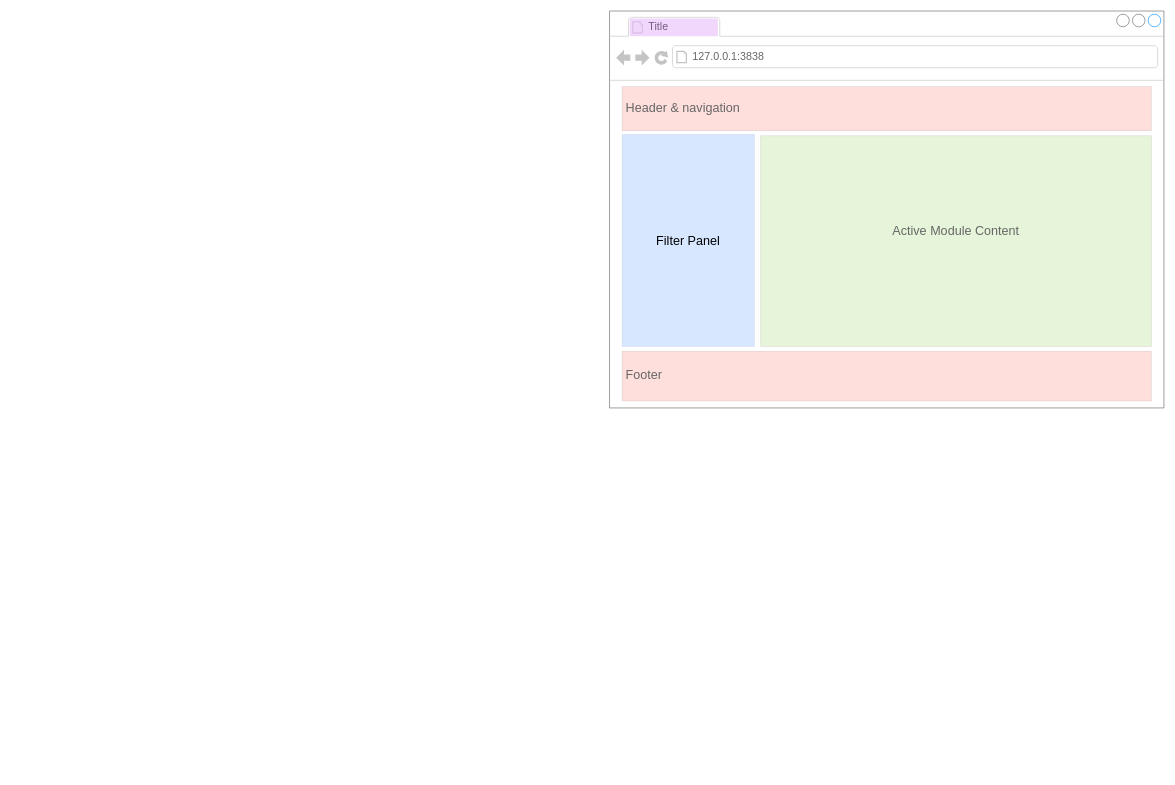
insightsengineering/teal keeps this draw.io diagram as inst/design/teal-app-components.drawio. Above is the earlier version. Source tidied: cells renumbered, new cells numbered last; positions are measured from the earlier drawing's top-left corner, leaving out a move shared by most shapes. Both pictures are drawn from the tidied source at 63%, with x=0, y=0 at pixel (609, 11).
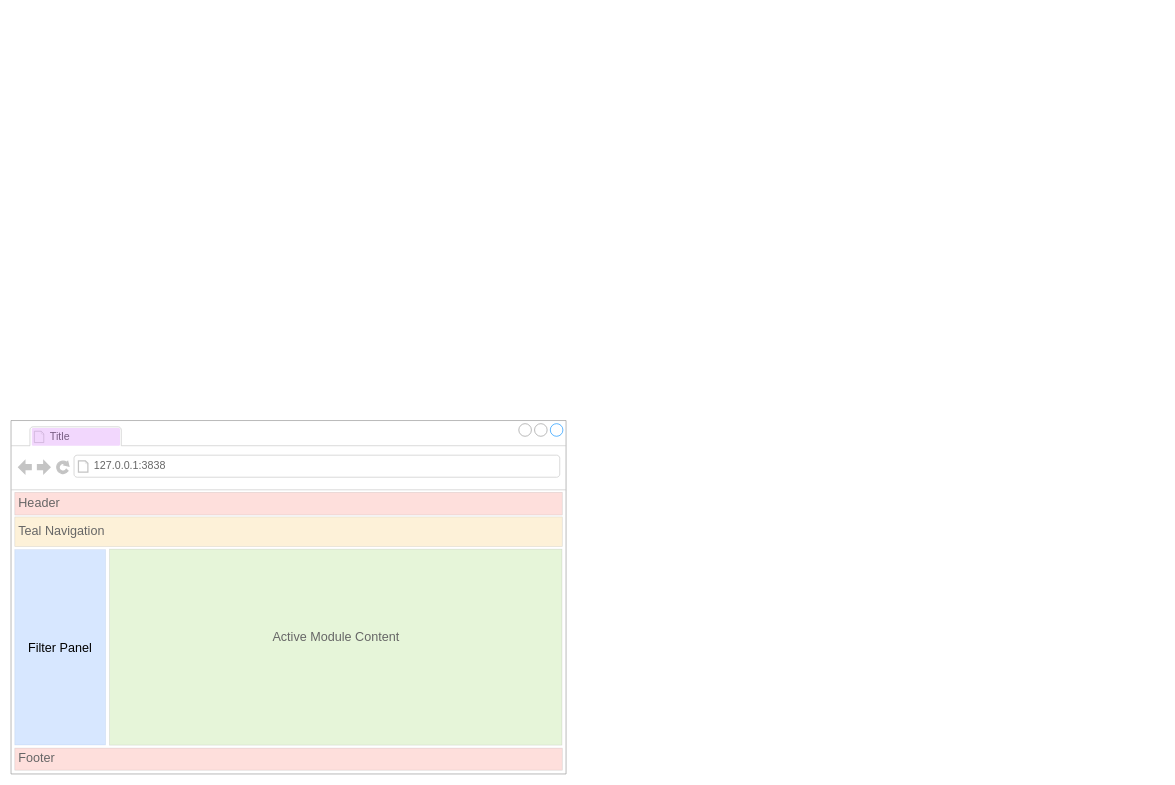
After the change.

Commit message (it also covers changes not shown here):
docs: update diagrams + `teal.reporter` related docs

The edit, as a diff of the source:
```diff
@@
 <mxGraphModel>
   <root>
     <mxCell id="0" />
     <mxCell id="1" parent="0" />
-    <mxCell id="2" style="strokeWidth=1;shadow=0;dashed=0;align=center;html=1;shape=mxgraph.mockup.containers.browserWindow;rSize=0;strokeColor=#666666;strokeColor2=#008cff;strokeColor3=#c4c4c4;mainText=,;" parent="1" vertex="1">
-      <mxGeometry width="880" height="630" as="geometry" />
-    </mxCell>
-    <mxCell id="3" value="Title" style="strokeWidth=1;shadow=0;dashed=0;align=center;html=1;shape=mxgraph.mockup.containers.anchor;fontSize=17;fontColor=#666666;align=left;whiteSpace=wrap;" parent="1" vertex="1">
-      <mxGeometry x="60" y="12" width="110" height="26" as="geometry" />
-    </mxCell>
+    <mxCell id="10" style="strokeWidth=1;shadow=0;dashed=0;align=center;html=1;shape=mxgraph.mockup.containers.browserWindow;rSize=0;strokeColor=#919191;strokeColor2=#008cff;strokeColor3=#c4c4c4;mainText=,;fontStyle=1;" parent="1" vertex="1">
+      <mxGeometry x="-950" y="650" width="881" height="561" as="geometry" />
+    </mxCell>
     <mxCell id="4" value="127.0.0.1:3838" style="strokeWidth=1;shadow=0;dashed=0;align=center;html=1;shape=mxgraph.mockup.containers.anchor;rSize=0;fontSize=17;fontColor=#666666;align=left;" parent="1" vertex="1">
-      <mxGeometry x="130" y="60" width="250" height="26" as="geometry" />
+      <mxGeometry x="-820" y="710" width="250" height="26" as="geometry" />
     </mxCell>
-    <mxCell id="5" value="&lt;font style=&quot;font-size: 20px;&quot;&gt;Header &amp;amp; navigation&lt;/font&gt;" style="strokeWidth=1;shadow=0;dashed=0;align=center;html=1;shape=mxgraph.mockup.text.textBox;fontColor=#666666;align=left;fontSize=17;spacingLeft=4;spacingTop=-3;whiteSpace=wrap;strokeColor=#666666;mainText=;fillColor=#FB6251;opacity=20;" parent="1" vertex="1">
-      <mxGeometry x="20" y="120" width="840" height="70" as="geometry" />
-    </mxCell>
+    <mxCell id="11" value="&lt;font style=&quot;font-size: 20px;&quot;&gt;Header&lt;/font&gt;" style="strokeWidth=1;shadow=0;dashed=0;align=center;html=1;shape=mxgraph.mockup.text.textBox;fontColor=#666666;align=left;fontSize=17;spacingLeft=4;spacingTop=-3;whiteSpace=wrap;strokeColor=#666666;mainText=;fillColor=#FB6251;opacity=20;" parent="1" vertex="1">
+      <mxGeometry x="-944" y="764" width="869" height="36" as="geometry" />
+    </mxCell>
+    <mxCell id="12" value="&lt;font style=&quot;font-size: 20px;&quot;&gt;Teal Navigation&lt;/font&gt;" style="strokeWidth=1;shadow=0;dashed=0;align=center;html=1;shape=mxgraph.mockup.text.textBox;fontColor=#666666;align=left;fontSize=17;spacingLeft=4;spacingTop=-3;whiteSpace=wrap;strokeColor=#666666;mainText=;fillColor=#F2B73F;opacity=20;" parent="1" vertex="1">
+      <mxGeometry x="-944" y="803" width="869" height="47" as="geometry" />
+    </mxCell>
+    <mxCell id="8" value="Filter Panel" style="rounded=0;whiteSpace=wrap;html=1;strokeColor=#6c8ebf;fontSize=20;fillColor=light-dark(#3a88fe, #1d293b);fillStyle=solid;opacity=20;" parent="1" vertex="1">
+      <mxGeometry x="-944" y="855" width="144" height="310" as="geometry" />
+    </mxCell>
     <mxCell id="6" value="&lt;font style=&quot;font-size: 20px;&quot;&gt;Footer&lt;/font&gt;" style="strokeWidth=1;shadow=0;dashed=0;align=center;html=1;shape=mxgraph.mockup.text.textBox;fontColor=#666666;align=left;fontSize=17;spacingLeft=4;spacingTop=-3;whiteSpace=wrap;strokeColor=#666666;mainText=;fillColor=#FB6251;opacity=20;" parent="1" vertex="1">
-      <mxGeometry x="20" y="540" width="840" height="79" as="geometry" />
+      <mxGeometry x="-944" y="1170" width="869" height="35" as="geometry" />
     </mxCell>
     <mxCell id="7" value="&lt;span style=&quot;color: rgb(102, 102, 102);&quot;&gt;&lt;font style=&quot;font-size: 20px;&quot;&gt;Active Module Content&lt;/font&gt;&lt;/span&gt;" style="strokeWidth=1;shadow=0;dashed=0;align=center;html=1;shape=mxgraph.mockup.containers.marginRect2;rectMarginTop=32;strokeColor=#666666;gradientColor=none;whiteSpace=wrap;fontSize=17;fillColor=#83CC41;opacity=20;" parent="1" vertex="1">
-      <mxGeometry x="240" y="166" width="620" height="366.5" as="geometry" />
+      <mxGeometry x="-793.5" y="822.2" width="718" height="343" as="geometry" />
     </mxCell>
-    <mxCell id="8" value="Filter Panel" style="rounded=0;whiteSpace=wrap;html=1;strokeColor=#6c8ebf;fontSize=20;fillColor=light-dark(#3a88fe, #1d293b);fillStyle=solid;opacity=20;" parent="1" vertex="1">
-      <mxGeometry x="20" y="196" width="210" height="336.5" as="geometry" />
-    </mxCell>
-    <mxCell id="9" style="rounded=1;whiteSpace=wrap;html=1;fillColor=#BF37F3;gradientColor=none;opacity=20;strokeColor=none;arcSize=7;" parent="1" vertex="1">
-      <mxGeometry x="32" y="12" width="140" height="28" as="geometry" />
-    </mxCell>
+    <mxCell id="3" value="Title" style="strokeWidth=1;shadow=0;dashed=0;align=center;html=1;shape=mxgraph.mockup.containers.anchor;fontSize=17;fontColor=#666666;align=left;whiteSpace=wrap;" parent="1" vertex="1">
+      <mxGeometry x="-890" y="663" width="110" height="26" as="geometry" />
+    </mxCell>
+    <mxCell id="13" style="rounded=1;whiteSpace=wrap;html=1;fillColor=#BF37F3;gradientColor=none;opacity=20;strokeColor=none;arcSize=7;" parent="1" vertex="1">
+      <mxGeometry x="-917" y="662" width="140" height="28" as="geometry" />
+    </mxCell>
   </root>
 </mxGraphModel>
```
